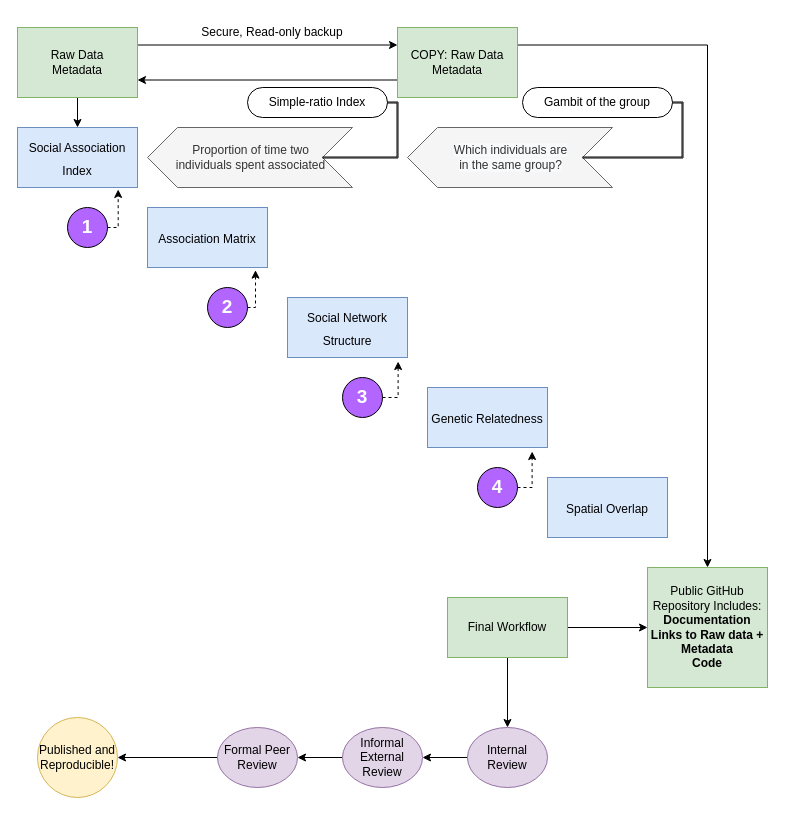
Earlier version of the draw.io diagram WorkFlowDiagram/WorkFlowDiagram.drawio (bankheak/Dolphins). Source tidied: cells renumbered, new cells numbered last; positions are measured from the earlier drawing's top-left corner, leaving out a move shared by most shapes. Both pictures are drawn from the tidied source at 100%, with x=0, y=0 at pixel (17, 17).
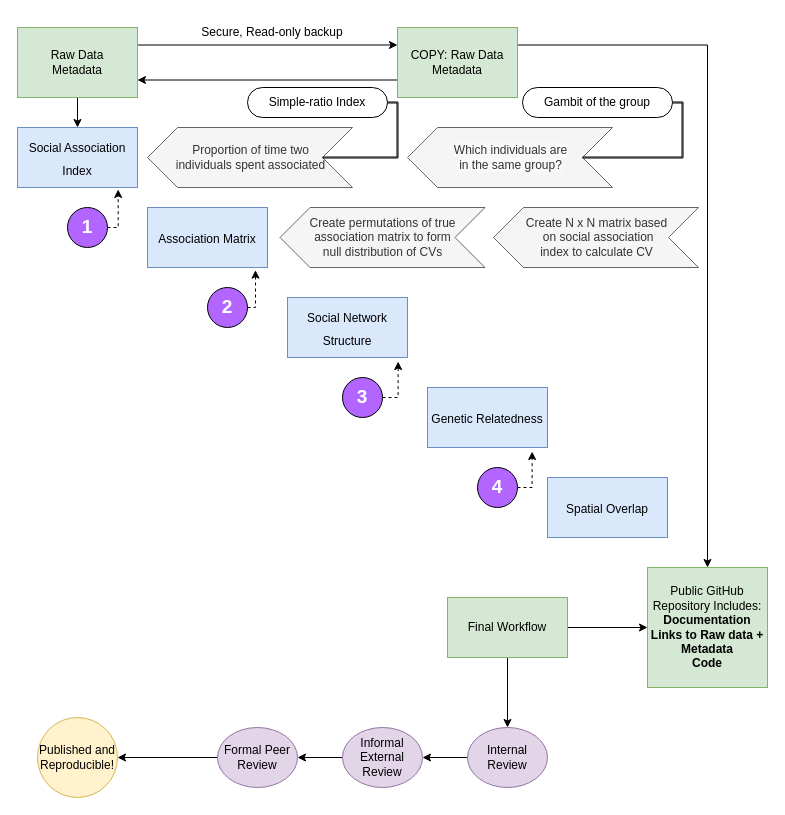
After the change.

Commit message:
Update association index work

Diff of the diagram source:
```diff
@@
+    <mxCell id="39" value="Create N x N matrix based&lt;br&gt;&amp;nbsp;on social association &lt;br&gt;index to calculate CV" style="html=1;shadow=0;dashed=0;align=center;verticalAlign=middle;shape=mxgraph.arrows2.arrow;dy=0;dx=30;notch=30;rotation=0;direction=west;fillColor=#f5f5f5;fontColor=#333333;strokeColor=#666666;" parent="1" vertex="1">
+      <mxGeometry x="476" y="190" width="205" height="60" as="geometry" />
+    </mxCell>
+    <mxCell id="40" value="Create permutations of true &lt;br&gt;association matrix to form&lt;br&gt;null distribution of CVs" style="html=1;shadow=0;dashed=0;align=center;verticalAlign=middle;shape=mxgraph.arrows2.arrow;dy=0;dx=30;notch=30;rotation=0;direction=west;fillColor=#f5f5f5;fontColor=#333333;strokeColor=#666666;" parent="1" vertex="1">
+      <mxGeometry x="262.5" y="190" width="205" height="60" as="geometry" />
+    </mxCell>
```
